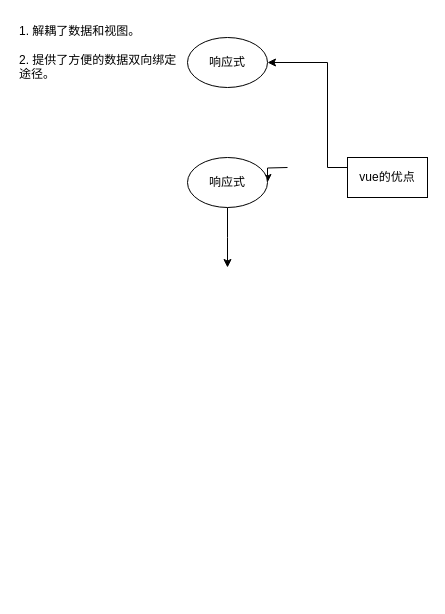
This is vue的优点.drawio from ly2817433585oo/mindmap, a draw.io file, before an edit. Source tidied: cells renumbered, new cells numbered last; positions are measured from the earlier drawing's top-left corner, leaving out a move shared by most shapes. Both pictures are drawn from the tidied source at 100%, with x=0, y=0 at pixel (17, 17).
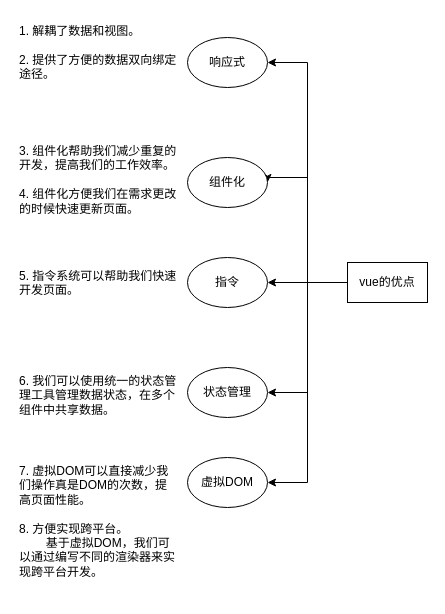
After the change.

Commit message (it also covers changes not shown here):
更新vue的优点.drawio

What changed in the source:
```diff
@@
 <mxGraphModel>
   <root>
     <mxCell id="0" />
     <mxCell id="1" parent="0" />
+    <mxCell id="9" style="edgeStyle=orthogonalEdgeStyle;rounded=0;jettySize=auto;html=1;exitX=0;exitY=0.5;exitDx=0;exitDy=0;entryX=1;entryY=0.5;entryDx=0;entryDy=0;" parent="1" edge="1" source="3" target="8">
+      <mxGeometry relative="1" as="geometry">
+        <Array as="points">
+          <mxPoint x="290" y="265" />
+          <mxPoint x="290" y="160" />
+          <mxPoint x="250" y="160" />
+        </Array>
+      </mxGeometry>
+    </mxCell>
+    <mxCell id="10" style="edgeStyle=orthogonalEdgeStyle;rounded=0;jettySize=auto;html=1;exitX=0;exitY=0.5;exitDx=0;exitDy=0;entryX=1;entryY=0.5;entryDx=0;entryDy=0;" parent="1" edge="1" source="3" target="15">
+      <mxGeometry relative="1" as="geometry" />
+    </mxCell>
+    <mxCell id="11" style="edgeStyle=orthogonalEdgeStyle;rounded=0;jettySize=auto;html=1;exitX=0;exitY=0.5;exitDx=0;exitDy=0;entryX=1;entryY=0.5;entryDx=0;entryDy=0;" parent="1" edge="1" source="3" target="16">
+      <mxGeometry relative="1" as="geometry" />
+    </mxCell>
-    <mxCell id="2" style="edgeStyle=orthogonalEdgeStyle;rounded=0;jettySize=auto;html=1;exitX=0;exitY=0.25;exitDx=0;exitDy=0;entryX=1;entryY=0.5;entryDx=0;entryDy=0;" parent="1" edge="1" source="3" target="5">
-      <mxGeometry relative="1" as="geometry">
-        <Array as="points">
-          <mxPoint x="310" y="150" />
-          <mxPoint x="310" y="45" />
-        </Array>
-      </mxGeometry>
+    <mxCell id="2" style="edgeStyle=orthogonalEdgeStyle;rounded=0;jettySize=auto;html=1;exitX=0;exitY=0.5;exitDx=0;exitDy=0;entryX=1;entryY=0.5;entryDx=0;entryDy=0;" parent="1" edge="1" source="3" target="5">
+      <mxGeometry relative="1" as="geometry" />
     </mxCell>
+    <mxCell id="12" style="edgeStyle=orthogonalEdgeStyle;rounded=0;jettySize=auto;html=1;exitX=0;exitY=0.5;exitDx=0;exitDy=0;entryX=1;entryY=0.5;entryDx=0;entryDy=0;" parent="1" edge="1" source="3" target="18">
+      <mxGeometry relative="1" as="geometry" />
+    </mxCell>
     <mxCell id="3" value="vue的优点" style="rounded=0;whiteSpace=wrap;html=1;" parent="1" vertex="1">
-      <mxGeometry x="330" y="140" width="80" height="40" as="geometry" />
+      <mxGeometry x="330" y="245" width="80" height="40" as="geometry" />
     </mxCell>
-    <mxCell id="4" style="edgeStyle=orthogonalEdgeStyle;rounded=0;jettySize=auto;html=1;" parent="1" edge="1" source="8">
-      <mxGeometry relative="1" as="geometry">
-        <mxPoint x="210" y="250" as="targetPoint" />
-      </mxGeometry>
-    </mxCell>
     <mxCell id="5" value="响应式" style="ellipse;whiteSpace=wrap;html=1;" parent="1" vertex="1">
       <mxGeometry x="170" y="20" width="80" height="50" as="geometry" />
     </mxCell>
     <mxCell id="6" value="1. 解耦了数据和视图。&lt;div&gt;&lt;br&gt;&lt;/div&gt;&lt;div&gt;2. 提供了方便的数据双向绑定途径。&lt;br&gt;&lt;div&gt;&lt;span style=&quot;white-space: pre;&quot;&gt;&#9;&lt;/span&gt;&lt;br&gt;&lt;/div&gt;&lt;/div&gt;" style="text;html=1;align=left;verticalAlign=top;whiteSpace=wrap;rounded=0;" parent="1" vertex="1">
       <mxGeometry width="160" height="90" as="geometry" />
     </mxCell>
-    <mxCell id="7" style="edgeStyle=orthogonalEdgeStyle;rounded=0;jettySize=auto;html=1;" parent="1" edge="1" target="8">
-      <mxGeometry relative="1" as="geometry">
-        <mxPoint x="270" y="150" as="sourcePoint" />
-      </mxGeometry>
-    </mxCell>
-    <mxCell id="8" value="响应式" style="ellipse;whiteSpace=wrap;html=1;" parent="1" vertex="1">
+    <mxCell id="8" value="组件化" style="ellipse;whiteSpace=wrap;html=1;" parent="1" vertex="1">
       <mxGeometry x="170" y="140" width="80" height="50" as="geometry" />
     </mxCell>
+    <mxCell id="13" value="3. 组件化帮助我们减少重复的开发，提高我们的工作效率。&lt;div&gt;&lt;br&gt;&lt;/div&gt;&lt;div&gt;4. 组件化方便我们在需求更改的时候快速更新页面。&lt;/div&gt;" style="text;html=1;align=left;verticalAlign=top;whiteSpace=wrap;rounded=0;" parent="1" vertex="1">
+      <mxGeometry y="120" width="160" height="140" as="geometry" />
+    </mxCell>
+    <mxCell id="14" value="5. 指令系统可以帮助我们快速开发页面。&lt;div&gt;&lt;br&gt;&lt;/div&gt;" style="text;html=1;align=left;verticalAlign=top;whiteSpace=wrap;rounded=0;" parent="1" vertex="1">
+      <mxGeometry y="245" width="160" height="40" as="geometry" />
+    </mxCell>
+    <mxCell id="15" value="指令" style="ellipse;whiteSpace=wrap;html=1;" parent="1" vertex="1">
+      <mxGeometry x="170" y="240" width="80" height="50" as="geometry" />
+    </mxCell>
+    <mxCell id="16" value="状态管理" style="ellipse;whiteSpace=wrap;html=1;" parent="1" vertex="1">
+      <mxGeometry x="170" y="350" width="80" height="50" as="geometry" />
+    </mxCell>
+    <mxCell id="17" value="&lt;div&gt;6. 我们可以使用统一的状态管理工具管理数据状态，在多个组件中共享数据。&lt;/div&gt;" style="text;html=1;align=left;verticalAlign=top;whiteSpace=wrap;rounded=0;" parent="1" vertex="1">
+      <mxGeometry y="350" width="160" height="50" as="geometry" />
+    </mxCell>
+    <mxCell id="18" value="虚拟DOM" style="ellipse;whiteSpace=wrap;html=1;" parent="1" vertex="1">
+      <mxGeometry x="170" y="440" width="80" height="50" as="geometry" />
+    </mxCell>
+    <mxCell id="19" value="7. 虚拟DOM可以直接减少我们操作真是DOM的次数，提高页面性能。&lt;div&gt;&lt;br&gt;&lt;/div&gt;&lt;div&gt;8. 方便实现跨平台。&lt;/div&gt;&lt;div&gt;&lt;span style=&quot;white-space: pre;&quot;&gt;&#9;&lt;/span&gt;基于虚拟DOM，我们可以通过编写不同的渲染器来实现跨平台开发。&lt;br&gt;&lt;/div&gt;&lt;div&gt;&lt;br&gt;&lt;/div&gt;" style="text;html=1;align=left;verticalAlign=top;whiteSpace=wrap;rounded=0;" parent="1" vertex="1">
+      <mxGeometry y="440" width="160" height="140" as="geometry" />
+    </mxCell>
   </root>
 </mxGraphModel>
```
